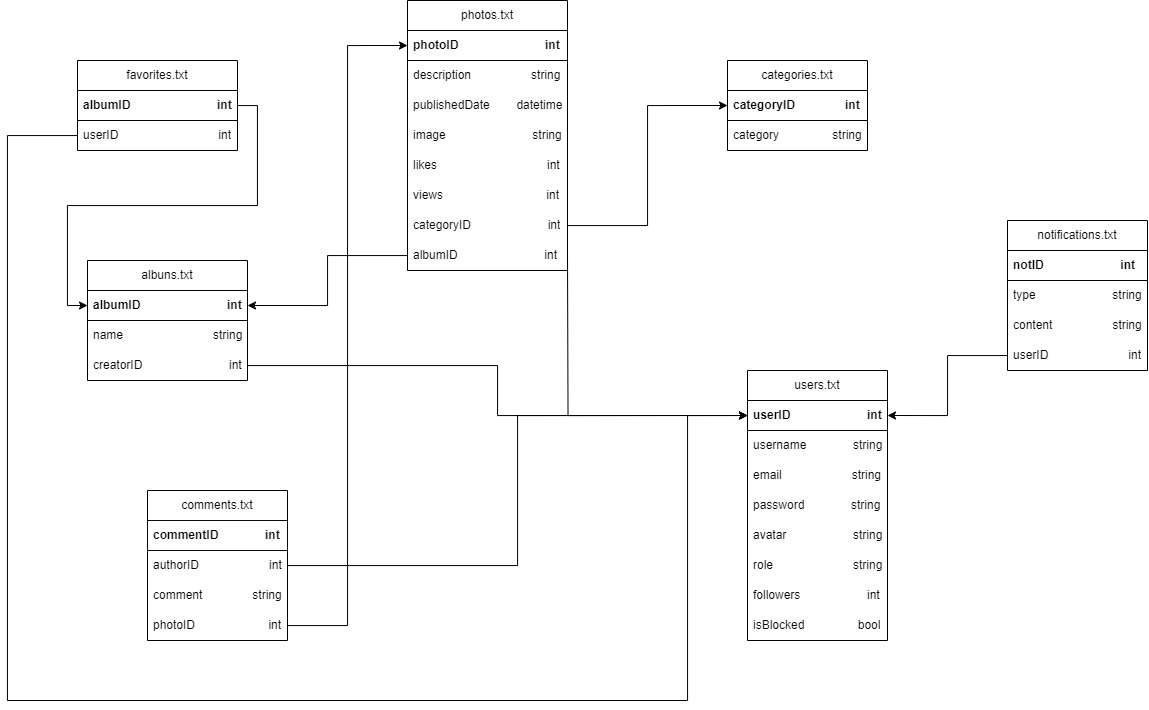
Earlier version of the draw.io export images/modelo_dados.png (pedromst2000/tkinter-photo-manager-40210465). Source tidied: cells renumbered, new cells last; positions are measured from the earlier drawing's top-left corner, leaving out a move shared by most shapes.
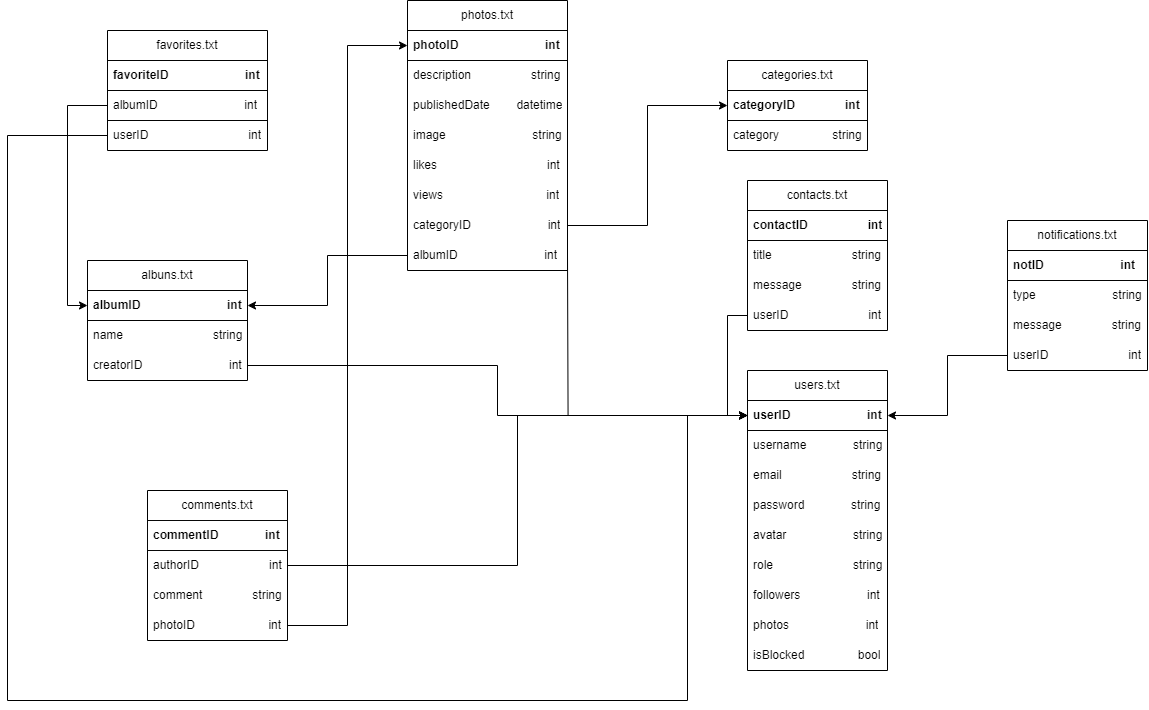
Above is the later version.

Commit message:
docs: Added final data model

The edit, as a diff of the source:
```diff
@@ -3,7 +3,7 @@
     <mxCell id="0" />
     <mxCell id="1" parent="0" />
     <mxCell id="2" value="users.txt" style="swimlane;fontStyle=0;horizontal=1;startSize=30;whiteSpace=wrap;html=1;" parent="1" vertex="1">
-      <mxGeometry x="740" y="370" width="140" height="270" as="geometry" />
+      <mxGeometry x="740" y="370" width="140" height="300" as="geometry" />
     </mxCell>
     <mxCell id="3" value="&lt;b&gt;userID&amp;nbsp; &amp;nbsp; &amp;nbsp; &amp;nbsp; &amp;nbsp; &amp;nbsp; &amp;nbsp; &amp;nbsp; &amp;nbsp; &amp;nbsp; &amp;nbsp; &amp;nbsp;int&lt;/b&gt;" style="text;strokeColor=#030303;fillColor=none;align=left;verticalAlign=middle;spacingLeft=4;spacingRight=4;overflow=hidden;points=[[0,0.5],[1,0.5]];portConstraint=eastwest;whiteSpace=wrap;html=1;" parent="2" vertex="1">
       <mxGeometry y="30" width="140" height="30" as="geometry" />
@@ -26,8 +26,11 @@
     <mxCell id="9" value="followers&amp;nbsp; &amp;nbsp; &amp;nbsp; &amp;nbsp; &amp;nbsp; &amp;nbsp; &amp;nbsp; &amp;nbsp; &amp;nbsp; &amp;nbsp; int" style="text;strokeColor=none;fillColor=none;align=left;verticalAlign=middle;spacingLeft=4;spacingRight=4;overflow=hidden;whiteSpace=wrap;html=1;" parent="2" vertex="1">
       <mxGeometry y="210" width="140" height="30" as="geometry" />
     </mxCell>
+    <mxCell id="49" value="photos&amp;nbsp; &amp;nbsp; &amp;nbsp; &amp;nbsp; &amp;nbsp; &amp;nbsp; &amp;nbsp; &amp;nbsp; &amp;nbsp; &amp;nbsp; &amp;nbsp; &amp;nbsp;int" style="text;strokeColor=none;fillColor=none;align=left;verticalAlign=middle;spacingLeft=4;spacingRight=4;overflow=hidden;whiteSpace=wrap;html=1;" parent="2" vertex="1">
+      <mxGeometry y="240" width="140" height="30" as="geometry" />
+    </mxCell>
     <mxCell id="10" value="isBlocked&amp;nbsp; &amp;nbsp; &amp;nbsp; &amp;nbsp; &amp;nbsp; &amp;nbsp; &amp;nbsp; &amp;nbsp; bool" style="text;strokeColor=none;fillColor=none;align=left;verticalAlign=middle;spacingLeft=4;spacingRight=4;overflow=hidden;whiteSpace=wrap;html=1;" parent="2" vertex="1">
-      <mxGeometry y="240" width="140" height="30" as="geometry" />
+      <mxGeometry y="270" width="140" height="30" as="geometry" />
     </mxCell>
     <mxCell id="11" value="comments.txt" style="swimlane;fontStyle=0;horizontal=1;startSize=30;whiteSpace=wrap;html=1;" parent="1" vertex="1">
       <mxGeometry x="140" y="490" width="140" height="150" as="geometry" />
@@ -113,13 +116,16 @@
       <mxGeometry relative="1" as="geometry" />
     </mxCell>
     <mxCell id="38" value="favorites.txt" style="swimlane;fontStyle=0;horizontal=1;startSize=30;whiteSpace=wrap;html=1;" parent="1" vertex="1">
-      <mxGeometry x="70" y="60" width="160" height="90" as="geometry" />
+      <mxGeometry x="100" y="30" width="160" height="120" as="geometry" />
     </mxCell>
+    <mxCell id="50" value="&lt;b&gt;favoriteID&amp;nbsp; &amp;nbsp; &amp;nbsp; &amp;nbsp; &amp;nbsp; &amp;nbsp; &amp;nbsp; &amp;nbsp; &amp;nbsp; &amp;nbsp; &amp;nbsp; &amp;nbsp;int&lt;/b&gt;" style="text;strokeColor=#030303;fillColor=none;align=left;verticalAlign=middle;spacingLeft=4;spacingRight=4;overflow=hidden;whiteSpace=wrap;html=1;" parent="38" vertex="1">
+      <mxGeometry y="30" width="160" height="30" as="geometry" />
+    </mxCell>
-    <mxCell id="39" value="&lt;b&gt;albumID&amp;nbsp; &amp;nbsp; &amp;nbsp; &amp;nbsp; &amp;nbsp; &amp;nbsp; &amp;nbsp; &amp;nbsp; &amp;nbsp; &amp;nbsp; &amp;nbsp; &amp;nbsp; &amp;nbsp; int&lt;/b&gt;" style="text;strokeColor=#030303;fillColor=none;align=left;verticalAlign=middle;spacingLeft=4;spacingRight=4;overflow=hidden;points=[[0,0.5],[1,0.5]];portConstraint=eastwest;whiteSpace=wrap;html=1;" parent="38" vertex="1">
-      <mxGeometry y="30" width="160" height="30" as="geometry" />
+    <mxCell id="39" value="albumID&amp;nbsp; &amp;nbsp; &amp;nbsp; &amp;nbsp; &amp;nbsp; &amp;nbsp; &amp;nbsp; &amp;nbsp; &amp;nbsp; &amp;nbsp; &amp;nbsp; &amp;nbsp; &amp;nbsp; int" style="text;strokeColor=#030303;fillColor=none;align=left;verticalAlign=middle;spacingLeft=4;spacingRight=4;overflow=hidden;points=[[0,0.5],[1,0.5]];portConstraint=eastwest;whiteSpace=wrap;html=1;" parent="38" vertex="1">
+      <mxGeometry y="60" width="160" height="30" as="geometry" />
     </mxCell>
     <mxCell id="40" value="userID&amp;nbsp; &amp;nbsp; &amp;nbsp; &amp;nbsp; &amp;nbsp; &amp;nbsp; &amp;nbsp; &amp;nbsp; &amp;nbsp; &amp;nbsp; &amp;nbsp; &amp;nbsp; &amp;nbsp; &amp;nbsp; &amp;nbsp; int" style="text;strokeColor=none;fillColor=none;align=left;verticalAlign=middle;spacingLeft=4;spacingRight=4;overflow=hidden;points=[[0,0.5],[1,0.5]];portConstraint=eastwest;whiteSpace=wrap;html=1;" parent="38" vertex="1">
-      <mxGeometry y="60" width="160" height="30" as="geometry" />
+      <mxGeometry y="90" width="160" height="30" as="geometry" />
     </mxCell>
     <mxCell id="41" style="edgeStyle=orthogonalEdgeStyle;rounded=0;jettySize=auto;html=1;entryX=0;entryY=0.5;entryDx=0;entryDy=0;" parent="1" edge="1" source="39" target="32">
       <mxGeometry relative="1" as="geometry" />
@@ -143,7 +149,7 @@
     <mxCell id="45" value="type&amp;nbsp; &amp;nbsp; &amp;nbsp; &amp;nbsp; &amp;nbsp; &amp;nbsp; &amp;nbsp; &amp;nbsp; &amp;nbsp; &amp;nbsp; &amp;nbsp; &amp;nbsp;string" style="text;strokeColor=none;fillColor=none;align=left;verticalAlign=middle;spacingLeft=4;spacingRight=4;overflow=hidden;whiteSpace=wrap;html=1;" parent="43" vertex="1">
       <mxGeometry y="60" width="140" height="30" as="geometry" />
     </mxCell>
-    <mxCell id="46" value="content&amp;nbsp; &amp;nbsp; &amp;nbsp; &amp;nbsp; &amp;nbsp; &amp;nbsp; &amp;nbsp; &amp;nbsp; &amp;nbsp; string" style="text;strokeColor=none;fillColor=none;align=left;verticalAlign=middle;spacingLeft=4;spacingRight=4;overflow=hidden;whiteSpace=wrap;html=1;" parent="43" vertex="1">
+    <mxCell id="46" value="message&amp;nbsp; &amp;nbsp; &amp;nbsp; &amp;nbsp; &amp;nbsp; &amp;nbsp; &amp;nbsp; &amp;nbsp;string" style="text;strokeColor=none;fillColor=none;align=left;verticalAlign=middle;spacingLeft=4;spacingRight=4;overflow=hidden;whiteSpace=wrap;html=1;" parent="43" vertex="1">
       <mxGeometry y="90" width="140" height="30" as="geometry" />
     </mxCell>
     <mxCell id="47" value="userID&amp;nbsp; &amp;nbsp; &amp;nbsp; &amp;nbsp; &amp;nbsp; &amp;nbsp; &amp;nbsp; &amp;nbsp; &amp;nbsp; &amp;nbsp; &amp;nbsp; &amp;nbsp; int" style="text;strokeColor=none;fillColor=none;align=left;verticalAlign=middle;spacingLeft=4;spacingRight=4;overflow=hidden;points=[[0,0.5],[1,0.5]];portConstraint=eastwest;whiteSpace=wrap;html=1;" parent="43" vertex="1">
@@ -152,5 +158,23 @@
     <mxCell id="48" style="edgeStyle=orthogonalEdgeStyle;rounded=0;jettySize=auto;html=1;entryX=1;entryY=0.5;entryDx=0;entryDy=0;" parent="1" edge="1" source="47" target="3">
       <mxGeometry relative="1" as="geometry" />
     </mxCell>
+    <mxCell id="51" value="contacts.txt" style="swimlane;fontStyle=0;horizontal=1;startSize=30;whiteSpace=wrap;html=1;" parent="1" vertex="1">
+      <mxGeometry x="740" y="180" width="140" height="150" as="geometry" />
+    </mxCell>
+    <mxCell id="52" value="&lt;b&gt;contactID&amp;nbsp; &amp;nbsp; &amp;nbsp; &amp;nbsp; &amp;nbsp; &amp;nbsp; &amp;nbsp; &amp;nbsp; &amp;nbsp; int&lt;/b&gt;" style="text;strokeColor=#030303;fillColor=none;align=left;verticalAlign=middle;spacingLeft=4;spacingRight=4;overflow=hidden;whiteSpace=wrap;html=1;" parent="51" vertex="1">
+      <mxGeometry y="30" width="140" height="30" as="geometry" />
+    </mxCell>
+    <mxCell id="53" value="title&amp;nbsp; &amp;nbsp; &amp;nbsp; &amp;nbsp; &amp;nbsp; &amp;nbsp; &amp;nbsp; &amp;nbsp; &amp;nbsp; &amp;nbsp; &amp;nbsp; &amp;nbsp; string" style="text;strokeColor=none;fillColor=none;align=left;verticalAlign=middle;spacingLeft=4;spacingRight=4;overflow=hidden;whiteSpace=wrap;html=1;" parent="51" vertex="1">
+      <mxGeometry y="60" width="140" height="30" as="geometry" />
+    </mxCell>
+    <mxCell id="54" value="message&amp;nbsp; &amp;nbsp; &amp;nbsp; &amp;nbsp; &amp;nbsp; &amp;nbsp; &amp;nbsp; &amp;nbsp;string" style="text;strokeColor=none;fillColor=none;align=left;verticalAlign=middle;spacingLeft=4;spacingRight=4;overflow=hidden;whiteSpace=wrap;html=1;" parent="51" vertex="1">
+      <mxGeometry y="90" width="140" height="30" as="geometry" />
+    </mxCell>
+    <mxCell id="55" value="userID&amp;nbsp; &amp;nbsp; &amp;nbsp; &amp;nbsp; &amp;nbsp; &amp;nbsp; &amp;nbsp; &amp;nbsp; &amp;nbsp; &amp;nbsp; &amp;nbsp; &amp;nbsp; int" style="text;strokeColor=none;fillColor=none;align=left;verticalAlign=middle;spacingLeft=4;spacingRight=4;overflow=hidden;points=[[0,0.5],[1,0.5]];portConstraint=eastwest;whiteSpace=wrap;html=1;" parent="51" vertex="1">
+      <mxGeometry y="120" width="140" height="30" as="geometry" />
+    </mxCell>
+    <mxCell id="56" style="edgeStyle=orthogonalEdgeStyle;rounded=0;jettySize=auto;html=1;entryX=0;entryY=0.5;entryDx=0;entryDy=0;" parent="1" edge="1" source="55" target="3">
+      <mxGeometry relative="1" as="geometry" />
+    </mxCell>
   </root>
 </mxGraphModel>
```
